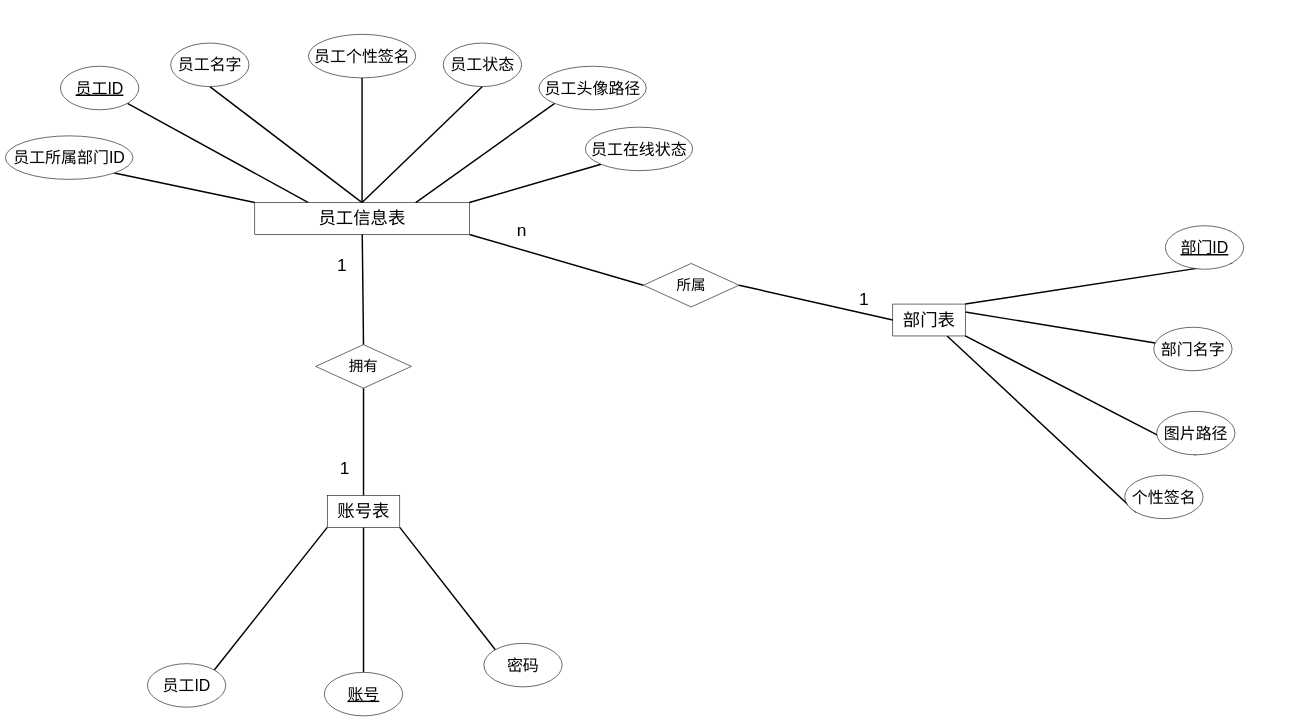
The draw.io diagram chart/系统总体E-R图.drawio in YangGuiTong/QtQQ, before the edit. Source tidied: cells renumbered, new cells numbered last; positions are measured from the earlier drawing's top-left corner, leaving out a move shared by most shapes. Both pictures are drawn from the tidied source at 29%, with x=0, y=0 at pixel (5, 34).
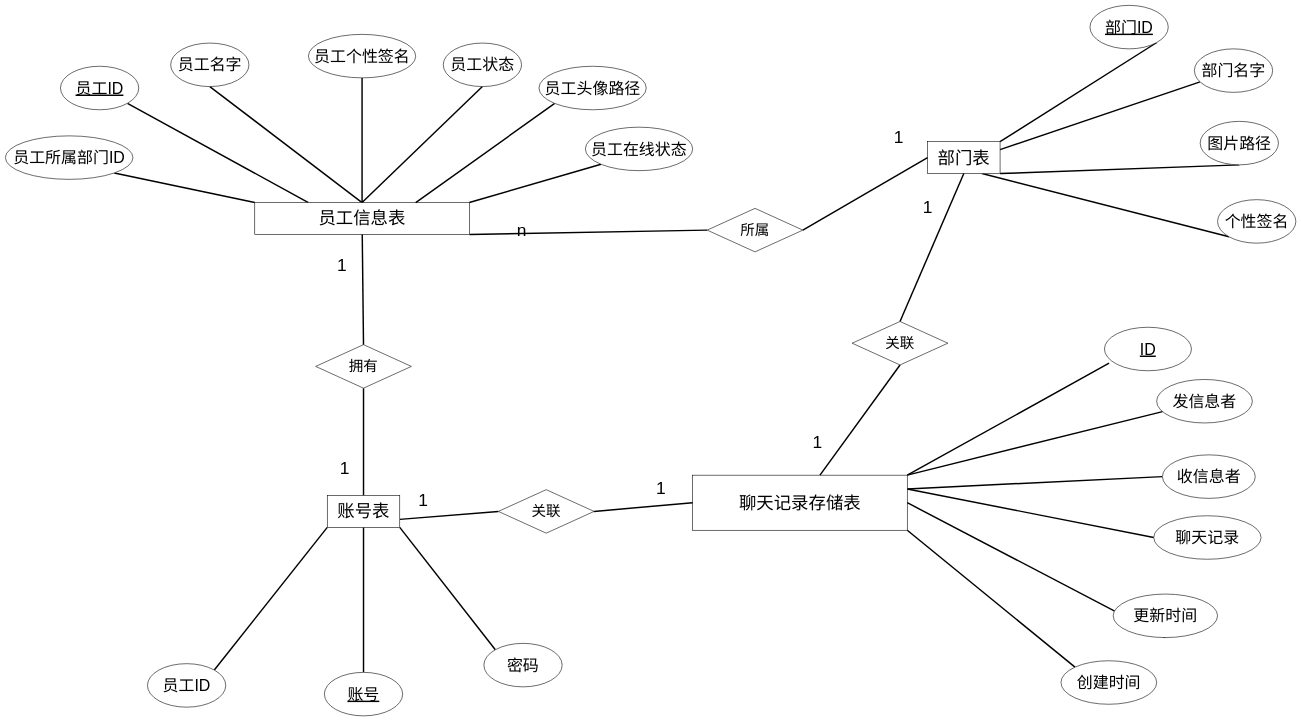
After the change.

Commit message:
更新系统总体E-R图.drawio

The change refers to these unchanged cells:
```xml
<mxCell id="31" value="账号表" style="html=1;whiteSpace=wrap;fontSize=60;strokeWidth=2;" parent="1" vertex="1">
  <mxGeometry x="1110" y="1590" width="250" height="110" as="geometry" />
</mxCell>
```

The edit, as a diff of the source:
```diff
@@
     <mxCell id="22" value="部门表" style="html=1;whiteSpace=wrap;fontSize=60;strokeWidth=2;" parent="1" vertex="1">
-      <mxGeometry x="3060" y="930" width="250" height="110" as="geometry" />
+      <mxGeometry x="3180" y="370" width="250" height="110" as="geometry" />
     </mxCell>
     <mxCell id="23" value="部门ID" style="ellipse;whiteSpace=wrap;html=1;fontSize=55;strokeWidth=2;fontStyle=4;" parent="1" vertex="1">
-      <mxGeometry x="4000" y="660" width="270" height="150" as="geometry" />
+      <mxGeometry x="3740" y="-100" width="270" height="150" as="geometry" />
     </mxCell>
     <mxCell id="24" value="&lt;span&gt;部门名字&lt;/span&gt;" style="ellipse;whiteSpace=wrap;html=1;fontSize=55;strokeWidth=2;fontStyle=0;" parent="1" vertex="1">
-      <mxGeometry x="3960" y="1010" width="270" height="150" as="geometry" />
+      <mxGeometry x="4100" y="50" width="270" height="150" as="geometry" />
     </mxCell>
     <mxCell id="25" value="图片路径" style="ellipse;whiteSpace=wrap;html=1;fontSize=55;strokeWidth=2;" parent="1" vertex="1">
-      <mxGeometry x="3970" y="1300" width="270" height="150" as="geometry" />
+      <mxGeometry x="4120" y="300" width="270" height="150" as="geometry" />
     </mxCell>
     <mxCell id="26" value="个性签名" style="ellipse;whiteSpace=wrap;html=1;fontSize=55;strokeWidth=2;" parent="1" vertex="1">
-      <mxGeometry x="3860" y="1520" width="270" height="150" as="geometry" />
+      <mxGeometry x="4180" y="570" width="270" height="150" as="geometry" />
     </mxCell>
@@
+    <mxCell id="43" style="rounded=0;jettySize=auto;html=1;exitX=1;exitY=0.75;exitDx=0;exitDy=0;entryX=0;entryY=0.5;entryDx=0;entryDy=0;endArrow=none;endFill=0;strokeWidth=5;" parent="1" edge="1" source="31" target="58">
+      <mxGeometry relative="1" as="geometry" />
+    </mxCell>
@@
     <mxCell id="36" value="所属" style="rhombus;whiteSpace=wrap;html=1;fontSize=50;strokeWidth=2;" parent="1" vertex="1">
-      <mxGeometry x="2200" y="790" width="330" height="150" as="geometry" />
+      <mxGeometry x="2420" y="600" width="330" height="150" as="geometry" />
     </mxCell>
     <mxCell id="37" value="1" style="text;html=1;align=center;verticalAlign=middle;strokeColor=none;fillColor=none;fontSize=60;" parent="1" vertex="1">
-      <mxGeometry x="2930" y="868" width="60" height="90" as="geometry" />
+      <mxGeometry x="3050" y="308" width="60" height="90" as="geometry" />
     </mxCell>
@@
+    <mxCell id="44" style="rounded=0;jettySize=auto;html=1;exitX=1;exitY=0;exitDx=0;exitDy=0;entryX=0.053;entryY=0.827;entryDx=0;entryDy=0;strokeWidth=5;startArrow=none;startFill=0;endArrow=none;endFill=0;entryPerimeter=0;" parent="1" edge="1" source="48" target="49">
+      <mxGeometry relative="1" as="geometry" />
+    </mxCell>
+    <mxCell id="45" style="edgeStyle=none;rounded=0;jettySize=auto;html=1;exitX=1;exitY=0;exitDx=0;exitDy=0;strokeWidth=5;endArrow=none;endFill=0;" parent="1" edge="1" source="48" target="50">
+      <mxGeometry relative="1" as="geometry" />
+    </mxCell>
+    <mxCell id="46" style="edgeStyle=none;rounded=0;jettySize=auto;html=1;exitX=1;exitY=0.25;exitDx=0;exitDy=0;entryX=0;entryY=0.5;entryDx=0;entryDy=0;strokeWidth=5;endArrow=none;endFill=0;" parent="1" edge="1" source="48" target="51">
+      <mxGeometry relative="1" as="geometry" />
+    </mxCell>
+    <mxCell id="47" style="rounded=0;jettySize=auto;html=1;entryX=0;entryY=0.5;entryDx=0;entryDy=0;strokeWidth=5;endArrow=none;endFill=0;exitX=1;exitY=0.25;exitDx=0;exitDy=0;" parent="1" edge="1" source="48" target="52">
+      <mxGeometry relative="1" as="geometry" />
+    </mxCell>
+    <mxCell id="48" value="聊天记录存储表" style="html=1;whiteSpace=wrap;fontSize=60;strokeWidth=2;" parent="1" vertex="1">
+      <mxGeometry x="2370" y="1520" width="740" height="190" as="geometry" />
+    </mxCell>
+    <mxCell id="49" value="ID" style="ellipse;whiteSpace=wrap;html=1;fontSize=55;strokeWidth=2;fontStyle=4;" parent="1" vertex="1">
+      <mxGeometry x="3790" y="1010" width="300" height="150" as="geometry" />
+    </mxCell>
+    <mxCell id="50" value="发信息者" style="ellipse;whiteSpace=wrap;html=1;fontSize=55;strokeWidth=2;fontStyle=0;" parent="1" vertex="1">
+      <mxGeometry x="3970" y="1190" width="330" height="150" as="geometry" />
+    </mxCell>
+    <mxCell id="51" value="收信息者" style="ellipse;whiteSpace=wrap;html=1;fontSize=55;strokeWidth=2;" parent="1" vertex="1">
+      <mxGeometry x="3990" y="1450" width="320" height="150" as="geometry" />
+    </mxCell>
+    <mxCell id="52" value="聊天记录" style="ellipse;whiteSpace=wrap;html=1;fontSize=55;strokeWidth=2;" parent="1" vertex="1">
+      <mxGeometry x="3960" y="1660" width="370" height="150" as="geometry" />
+    </mxCell>
+    <mxCell id="53" style="edgeStyle=none;rounded=0;jettySize=auto;html=1;exitX=0.5;exitY=1;exitDx=0;exitDy=0;entryX=1;entryY=0.5;entryDx=0;entryDy=0;strokeWidth=5;endArrow=none;endFill=0;" parent="1" edge="1" source="54" target="48">
+      <mxGeometry relative="1" as="geometry" />
+    </mxCell>
+    <mxCell id="54" value="更新时间" style="ellipse;whiteSpace=wrap;html=1;fontSize=55;strokeWidth=2;" parent="1" vertex="1">
+      <mxGeometry x="3820" y="1930" width="360" height="150" as="geometry" />
+    </mxCell>
+    <mxCell id="55" style="edgeStyle=none;rounded=0;jettySize=auto;html=1;exitX=0;exitY=0;exitDx=0;exitDy=0;entryX=1;entryY=1;entryDx=0;entryDy=0;strokeWidth=5;endArrow=none;endFill=0;" parent="1" edge="1" source="56" target="48">
+      <mxGeometry relative="1" as="geometry" />
+    </mxCell>
+    <mxCell id="56" value="创建时间" style="ellipse;whiteSpace=wrap;html=1;fontSize=55;strokeWidth=2;" parent="1" vertex="1">
+      <mxGeometry x="3640" y="2160" width="330" height="150" as="geometry" />
+    </mxCell>
+    <mxCell id="57" style="rounded=0;jettySize=auto;html=1;exitX=1;exitY=0.5;exitDx=0;exitDy=0;entryX=0;entryY=0.5;entryDx=0;entryDy=0;strokeWidth=5;endArrow=none;endFill=0;" parent="1" edge="1" source="58" target="48">
+      <mxGeometry relative="1" as="geometry" />
+    </mxCell>
+    <mxCell id="58" value="关联" style="rhombus;whiteSpace=wrap;html=1;fontSize=50;strokeWidth=2;" parent="1" vertex="1">
+      <mxGeometry x="1700" y="1570" width="330" height="150" as="geometry" />
+    </mxCell>
+    <mxCell id="59" value="1" style="text;html=1;align=center;verticalAlign=middle;strokeColor=none;fillColor=none;fontSize=60;" parent="1" vertex="1">
+      <mxGeometry x="1410" y="1560" width="60" height="90" as="geometry" />
+    </mxCell>
+    <mxCell id="60" value="1" style="text;html=1;align=center;verticalAlign=middle;strokeColor=none;fillColor=none;fontSize=60;" parent="1" vertex="1">
+      <mxGeometry x="2230" y="1520" width="60" height="90" as="geometry" />
+    </mxCell>
+    <mxCell id="61" style="rounded=0;jettySize=auto;html=1;exitX=0.5;exitY=0;exitDx=0;exitDy=0;entryX=0.5;entryY=1;entryDx=0;entryDy=0;strokeWidth=5;endArrow=none;endFill=0;" parent="1" edge="1" source="63" target="22">
+      <mxGeometry relative="1" as="geometry" />
+    </mxCell>
+    <mxCell id="62" style="rounded=0;jettySize=auto;html=1;exitX=0.5;exitY=1;exitDx=0;exitDy=0;endArrow=none;endFill=0;strokeWidth=5;" parent="1" edge="1" source="63" target="48">
+      <mxGeometry relative="1" as="geometry" />
+    </mxCell>
+    <mxCell id="63" value="关联" style="rhombus;whiteSpace=wrap;html=1;fontSize=50;strokeWidth=2;" parent="1" vertex="1">
+      <mxGeometry x="2920" y="990" width="330" height="150" as="geometry" />
+    </mxCell>
+    <mxCell id="64" value="1" style="text;html=1;align=center;verticalAlign=middle;strokeColor=none;fillColor=none;fontSize=60;" parent="1" vertex="1">
+      <mxGeometry x="3150" y="550" width="60" height="90" as="geometry" />
+    </mxCell>
+    <mxCell id="65" value="1" style="text;html=1;align=center;verticalAlign=middle;strokeColor=none;fillColor=none;fontSize=60;" parent="1" vertex="1">
+      <mxGeometry x="2770" y="1360" width="60" height="90" as="geometry" />
+    </mxCell>
```
